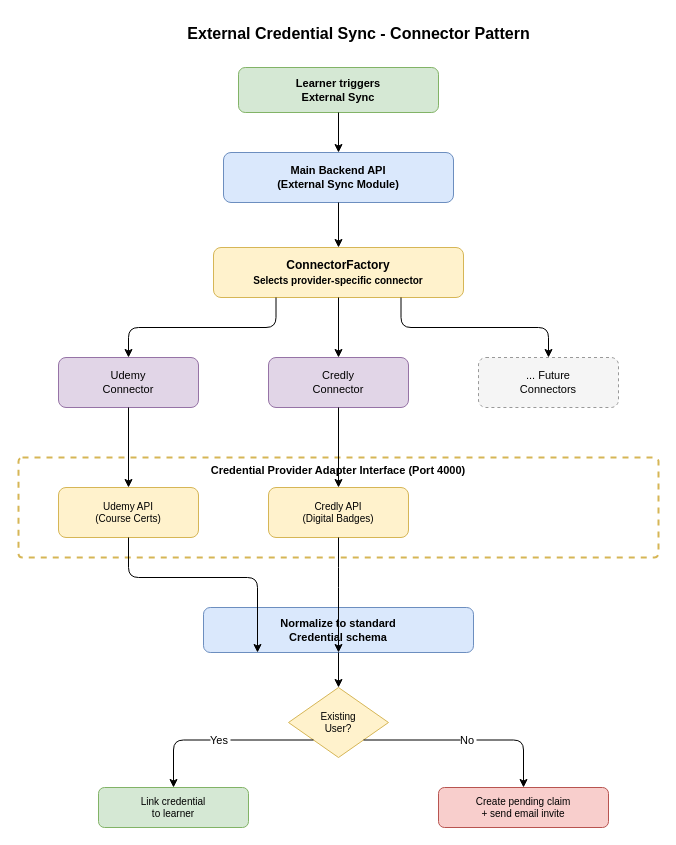
This is docs/report/diagrams/3.8_external_sync_flow.drawio from JaiminPatel345/MicroMerit-Portal, a draw.io file, before an edit. Source tidied: cells renumbered, new cells numbered last; positions are measured from the earlier drawing's top-left corner, leaving out a move shared by most shapes. Both pictures are drawn from the tidied source at 100%, with x=0, y=0 at pixel (18, 17).
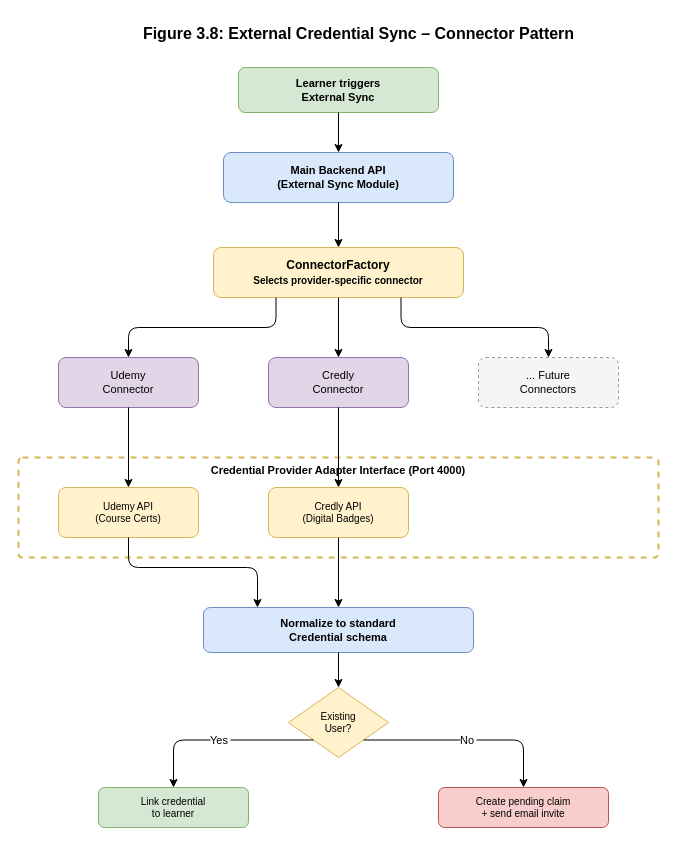
Above is the later version.

The change refers to these unchanged cells:
```xml
<mxCell id="10" value="Udemy API&lt;br&gt;(Course Certs)" style="rounded=1;whiteSpace=wrap;html=1;fillColor=#fff2cc;strokeColor=#d6b656;fontSize=10;" parent="1" vertex="1">
  <mxGeometry x="40" y="470" width="140" height="50" as="geometry" />
</mxCell>
<mxCell id="11" value="Credly API&lt;br&gt;(Digital Badges)" style="rounded=1;whiteSpace=wrap;html=1;fillColor=#fff2cc;strokeColor=#d6b656;fontSize=10;" parent="1" vertex="1">
  <mxGeometry x="250" y="470" width="140" height="50" as="geometry" />
</mxCell>
<mxCell id="12" value="Normalize to standard&lt;br&gt;Credential schema" style="rounded=1;whiteSpace=wrap;html=1;fillColor=#dae8fc;strokeColor=#6c8ebf;fontSize=11;fontStyle=1;" parent="1" vertex="1">
  <mxGeometry x="185" y="590" width="270" height="45" as="geometry" />
</mxCell>
```

Change to the diagram source:
```diff
@@
-    <mxCell id="2" value="External Credential Sync - Connector Pattern" style="text;html=1;fontSize=16;fontStyle=1;align=center;" parent="1" vertex="1">
-      <mxGeometry x="90" width="500" height="30" as="geometry" />
+    <mxCell id="2" value="Figure 3.8: External Credential Sync – Connector Pattern" style="text;html=1;fontSize=16;fontStyle=1;align=center;" parent="1" vertex="1">
+      <mxGeometry x="40" width="600" height="30" as="geometry" />
     </mxCell>
@@
-    <mxCell id="23" style="edgeStyle=orthogonalEdgeStyle;rounded=1;exitX=0.5;exitY=1;exitDx=0;exitDy=0;entryX=0.2;entryY=1;entryDx=0;entryDy=0;" parent="1" edge="1" source="10" target="12">
+    <mxCell id="23" style="edgeStyle=orthogonalEdgeStyle;rounded=1;exitX=0.5;exitY=1;exitDx=0;exitDy=0;entryX=0.2;entryY=0;entryDx=0;entryDy=0;" parent="1" edge="1" source="10" target="12">
       <mxGeometry relative="1" as="geometry">
         <Array as="points">
-          <mxPoint x="110" y="560" />
-          <mxPoint x="239" y="560" />
-          <mxPoint x="239" y="635" />
+          <mxPoint x="110" y="550" />
+          <mxPoint x="239" y="550" />
         </Array>
       </mxGeometry>
     </mxCell>
-    <mxCell id="24" style="edgeStyle=orthogonalEdgeStyle;rounded=1;exitX=0.5;exitY=1;exitDx=0;exitDy=0;entryX=0.5;entryY=1;entryDx=0;entryDy=0;" parent="1" edge="1" source="11" target="12">
-      <mxGeometry relative="1" as="geometry">
-        <Array as="points">
-          <mxPoint x="320" y="560" />
-          <mxPoint x="320" y="635" />
-        </Array>
-      </mxGeometry>
+    <mxCell id="24" style="edgeStyle=orthogonalEdgeStyle;rounded=1;exitX=0.5;exitY=1;exitDx=0;exitDy=0;entryX=0.5;entryY=0;entryDx=0;entryDy=0;" parent="1" edge="1" source="11" target="12">
+      <mxGeometry relative="1" as="geometry" />
     </mxCell>
```
